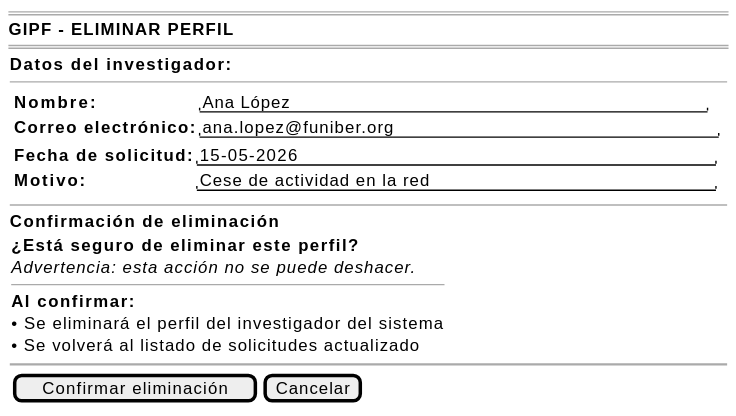
Above: images/RUP/00-casos-uso/02-detalle/coordinador/eliminarPerfil/eliminarPerfil-wireframe.svg in beatriizorozco/25-26-idsw2-sdVC (PlantUML), before the change.
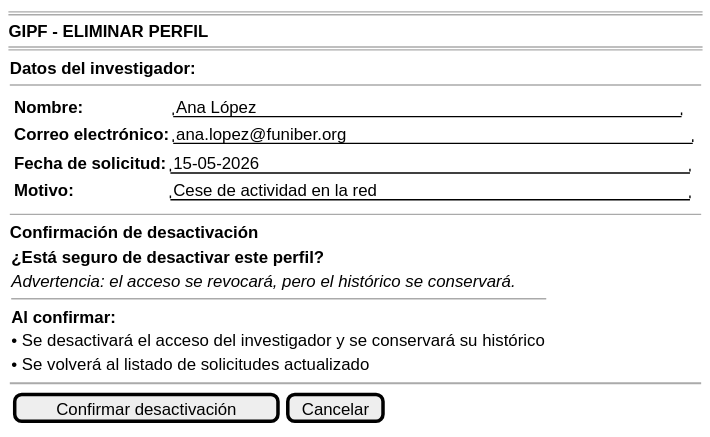
Above is the later version.

What changed in the source:
```diff
@@ -18,20 +18,20 @@
 
         --
 
-        <b>Confirmación de eliminación</b>
+        <b>Confirmación de desactivación</b>
         {
-            <b>¿Está seguro de eliminar este perfil?</b>
-            <i>Advertencia: esta acción no se puede deshacer.</i>
+            <b>¿Está seguro de desactivar este perfil?</b>
+            <i>Advertencia: el acceso se revocará, pero el histórico se conservará.</i>
 
             --
             <b>Al confirmar:</b>
-            • Se eliminará el perfil del investigador del sistema
+            • Se desactivará el acceso del investigador y se conservará su histórico
             • Se volverá al listado de solicitudes actualizado
         }
 
         ~~
 
-        {[Confirmar eliminación] | [Cancelar]}
+        {[Confirmar desactivación] | [Cancelar]}
     }
 }
 @endsalt
```
